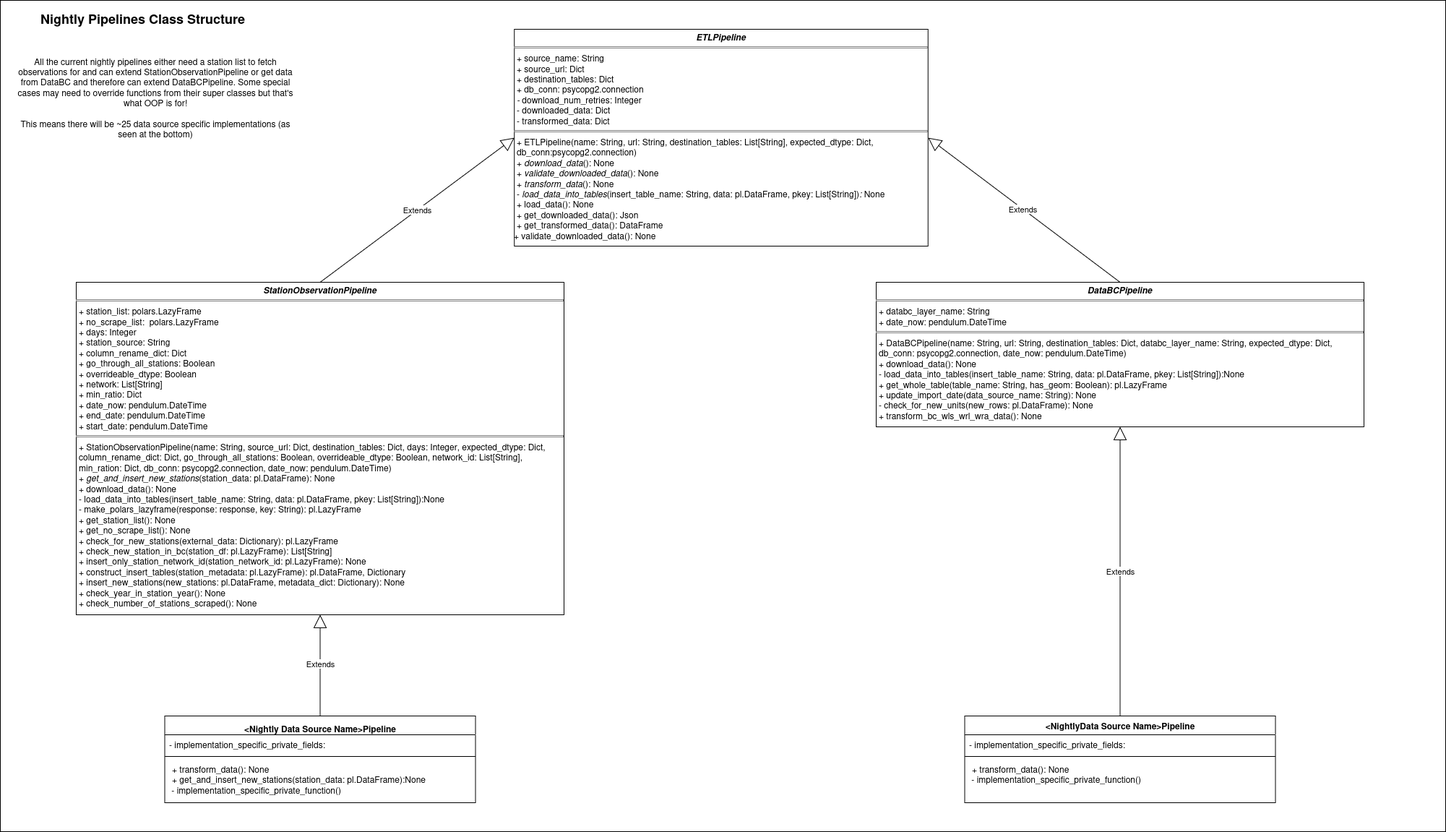
bcgov/nr-bcwat keeps this draw.io diagram as airflow/etl_pipelines/readme_sources/BCWAT_final_UML_diagram.png. Above is the earlier version. Source tidied: cells renumbered, new cells last; positions are measured from the earlier drawing's top-left corner, leaving out a move shared by most shapes.
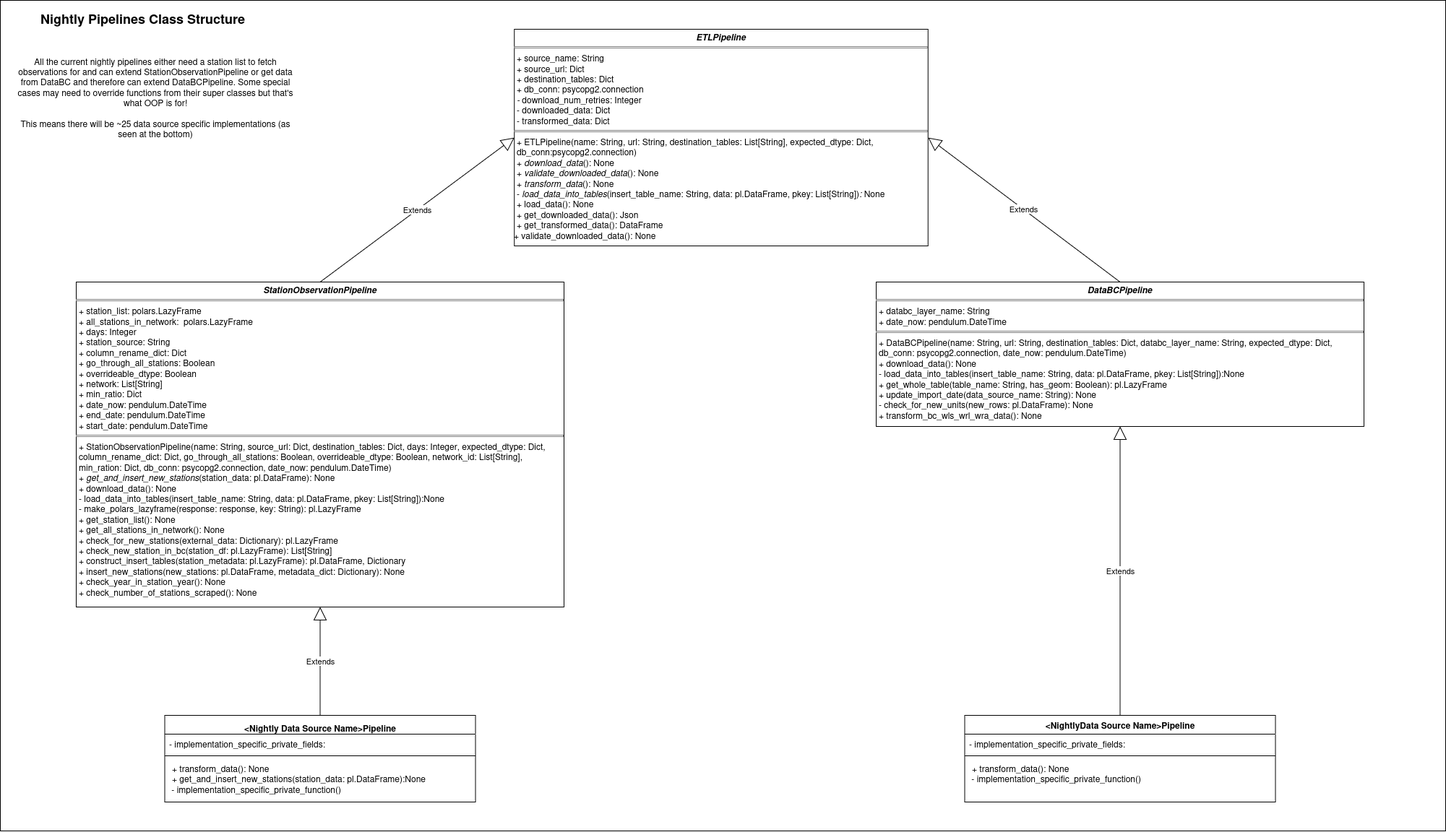
The same file after the commit.

Diff of the diagram source:
```diff
@@ -50,8 +50,8 @@
     <mxCell id="17" value="&lt;div&gt;All the current nightly pipelines either need a station list to fetch observations for and can extend StationObservationPipeline or get data from DataBC and therefore can extend DataBCPipeline. Some special cases may need to override functions from their super classes but that's what OOP is for!&lt;/div&gt;&lt;div&gt;&lt;br&gt;&lt;/div&gt;&lt;div&gt;This means there will be ~25 data source specific implementations (as seen at the bottom)&lt;/div&gt;" style="text;html=1;align=center;verticalAlign=middle;whiteSpace=wrap;rounded=0;" parent="1" vertex="1">
       <mxGeometry x="15" y="55" width="400" height="160" as="geometry" />
     </mxCell>
-    <mxCell id="18" value="&lt;p style=&quot;margin:0px;margin-top:4px;text-align:center;&quot;&gt;&lt;b&gt;&lt;i&gt;StationObservationPipeline&lt;/i&gt;&lt;/b&gt;&lt;/p&gt;&lt;hr size=&quot;1&quot; style=&quot;border-style:solid;&quot;&gt;&lt;p style=&quot;margin:0px;margin-left:4px;&quot;&gt;+ station_list: polars.LazyFrame&lt;/p&gt;&lt;p style=&quot;margin:0px;margin-left:4px;&quot;&gt;+ no_scrape_list:&amp;nbsp; polars.LazyFrame&lt;/p&gt;&lt;p style=&quot;margin:0px;margin-left:4px;&quot;&gt;+ days: Integer&lt;/p&gt;&lt;p style=&quot;margin:0px;margin-left:4px;&quot;&gt;+ station_source: String&lt;/p&gt;&lt;p style=&quot;margin:0px;margin-left:4px;&quot;&gt;+ column_rename_dict: Dict&lt;/p&gt;&lt;p style=&quot;margin:0px;margin-left:4px;&quot;&gt;+ go_through_all_stations: Boolean&lt;/p&gt;&lt;p style=&quot;margin:0px;margin-left:4px;&quot;&gt;+ overrideable_dtype: Boolean&lt;/p&gt;&lt;p style=&quot;margin:0px;margin-left:4px;&quot;&gt;+ network: List[String]&lt;/p&gt;&lt;p style=&quot;margin:0px;margin-left:4px;&quot;&gt;+ min_ratio: Dict&lt;/p&gt;&lt;p style=&quot;margin:0px;margin-left:4px;&quot;&gt;+ date_now: pendulum.DateTime&lt;/p&gt;&lt;p style=&quot;margin:0px;margin-left:4px;&quot;&gt;+ end_date:&amp;nbsp;pendulum.DateTime&lt;/p&gt;&lt;p style=&quot;margin:0px;margin-left:4px;&quot;&gt;+ start_date:&amp;nbsp;pendulum.DateTime&lt;/p&gt;&lt;hr size=&quot;1&quot; style=&quot;border-style:solid;&quot;&gt;&lt;p style=&quot;margin:0px;margin-left:4px;&quot;&gt;+ StationObservationPipeline(name: String, source_url: Dict, destination_tables: Dict, days: Integer, expected_dtype: Dict, column_rename_dict: Dict, go_through_all_stations: Boolean, overrideable_dtype: Boolean, network_id: List[String], min_ration: Dict, db_conn: psycopg2.connection, date_now: pendulum.DateTime)&lt;/p&gt;&lt;p style=&quot;margin:0px;margin-left:4px;&quot;&gt;+&lt;i&gt; get_and_insert_new_stations&lt;/i&gt;(station_data: pl.DataFrame): None&lt;/p&gt;&lt;p style=&quot;margin:0px;margin-left:4px;&quot;&gt;+ download_data(): None&lt;/p&gt;&lt;p style=&quot;margin:0px;margin-left:4px;&quot;&gt;- load_data_into_tables(insert_table_name: String, data: pl.DataFrame, pkey: List[String]):None&lt;/p&gt;&lt;p style=&quot;margin:0px;margin-left:4px;&quot;&gt;- make_polars_lazyframe(response: response, key: String): pl.LazyFrame&lt;/p&gt;&lt;p style=&quot;margin:0px;margin-left:4px;&quot;&gt;+ get_station_list(): None&lt;/p&gt;&lt;p style=&quot;margin:0px;margin-left:4px;&quot;&gt;+ get_no_scrape_list(): None&lt;/p&gt;&lt;p style=&quot;margin:0px;margin-left:4px;&quot;&gt;+ check_for_new_stations(external_data: Dictionary): pl.LazyFrame&lt;/p&gt;&lt;p style=&quot;margin:0px;margin-left:4px;&quot;&gt;+ check_new_station_in_bc(station_df: pl.LazyFrame): List[String]&lt;/p&gt;&lt;p style=&quot;margin:0px;margin-left:4px;&quot;&gt;+ insert_only_station_network_id(station_network_id: pl.LazyFrame): None&lt;/p&gt;&lt;p style=&quot;margin:0px;margin-left:4px;&quot;&gt;+ construct_insert_tables(station_metadata: pl.LazyFrame): pl.DataFrame, Dictionary&lt;/p&gt;&lt;p style=&quot;margin:0px;margin-left:4px;&quot;&gt;+ insert_new_stations(new_stations: pl.DataFrame, metadata_dict: Dictionary): None&lt;/p&gt;&lt;p style=&quot;margin:0px;margin-left:4px;&quot;&gt;+ check_year_in_station_year(): None&lt;/p&gt;&lt;p style=&quot;margin:0px;margin-left:4px;&quot;&gt;+ check_number_of_stations_scraped(): None&lt;/p&gt;&lt;p style=&quot;margin:0px;margin-left:4px;&quot;&gt;&lt;br&gt;&lt;/p&gt;" style="verticalAlign=top;align=left;overflow=fill;html=1;whiteSpace=wrap;" parent="1" vertex="1">
-      <mxGeometry x="105" y="390" width="675" height="460" as="geometry" />
+    <mxCell id="18" value="&lt;p style=&quot;margin:0px;margin-top:4px;text-align:center;&quot;&gt;&lt;b&gt;&lt;i&gt;StationObservationPipeline&lt;/i&gt;&lt;/b&gt;&lt;/p&gt;&lt;hr size=&quot;1&quot; style=&quot;border-style:solid;&quot;&gt;&lt;p style=&quot;margin:0px;margin-left:4px;&quot;&gt;+ station_list: polars.LazyFrame&lt;/p&gt;&lt;p style=&quot;margin:0px;margin-left:4px;&quot;&gt;+ all_stations_in_network:&amp;nbsp; polars.LazyFrame&lt;/p&gt;&lt;p style=&quot;margin:0px;margin-left:4px;&quot;&gt;+ days: Integer&lt;/p&gt;&lt;p style=&quot;margin:0px;margin-left:4px;&quot;&gt;+ station_source: String&lt;/p&gt;&lt;p style=&quot;margin:0px;margin-left:4px;&quot;&gt;+ column_rename_dict: Dict&lt;/p&gt;&lt;p style=&quot;margin:0px;margin-left:4px;&quot;&gt;+ go_through_all_stations: Boolean&lt;/p&gt;&lt;p style=&quot;margin:0px;margin-left:4px;&quot;&gt;+ overrideable_dtype: Boolean&lt;/p&gt;&lt;p style=&quot;margin:0px;margin-left:4px;&quot;&gt;+ network: List[String]&lt;/p&gt;&lt;p style=&quot;margin:0px;margin-left:4px;&quot;&gt;+ min_ratio: Dict&lt;/p&gt;&lt;p style=&quot;margin:0px;margin-left:4px;&quot;&gt;+ date_now: pendulum.DateTime&lt;/p&gt;&lt;p style=&quot;margin:0px;margin-left:4px;&quot;&gt;+ end_date:&amp;nbsp;pendulum.DateTime&lt;/p&gt;&lt;p style=&quot;margin:0px;margin-left:4px;&quot;&gt;+ start_date:&amp;nbsp;pendulum.DateTime&lt;/p&gt;&lt;hr size=&quot;1&quot; style=&quot;border-style:solid;&quot;&gt;&lt;p style=&quot;margin:0px;margin-left:4px;&quot;&gt;+ StationObservationPipeline(name: String, source_url: Dict, destination_tables: Dict, days: Integer, expected_dtype: Dict, column_rename_dict: Dict, go_through_all_stations: Boolean, overrideable_dtype: Boolean, network_id: List[String], min_ration: Dict, db_conn: psycopg2.connection, date_now: pendulum.DateTime)&lt;/p&gt;&lt;p style=&quot;margin:0px;margin-left:4px;&quot;&gt;+&lt;i&gt; get_and_insert_new_stations&lt;/i&gt;(station_data: pl.DataFrame): None&lt;/p&gt;&lt;p style=&quot;margin:0px;margin-left:4px;&quot;&gt;+ download_data(): None&lt;/p&gt;&lt;p style=&quot;margin:0px;margin-left:4px;&quot;&gt;- load_data_into_tables(insert_table_name: String, data: pl.DataFrame, pkey: List[String]):None&lt;/p&gt;&lt;p style=&quot;margin:0px;margin-left:4px;&quot;&gt;- make_polars_lazyframe(response: response, key: String): pl.LazyFrame&lt;/p&gt;&lt;p style=&quot;margin:0px;margin-left:4px;&quot;&gt;+ get_station_list(): None&lt;/p&gt;&lt;p style=&quot;margin:0px;margin-left:4px;&quot;&gt;+ get_all_stations_in_network(): None&lt;/p&gt;&lt;p style=&quot;margin:0px;margin-left:4px;&quot;&gt;+ check_for_new_stations(external_data: Dictionary): pl.LazyFrame&lt;/p&gt;&lt;p style=&quot;margin:0px;margin-left:4px;&quot;&gt;+ check_new_station_in_bc(station_df: pl.LazyFrame): List[String]&lt;/p&gt;&lt;p style=&quot;margin:0px;margin-left:4px;&quot;&gt;+ construct_insert_tables(station_metadata: pl.LazyFrame): pl.DataFrame, Dictionary&lt;/p&gt;&lt;p style=&quot;margin:0px;margin-left:4px;&quot;&gt;+ insert_new_stations(new_stations: pl.DataFrame, metadata_dict: Dictionary): None&lt;/p&gt;&lt;p style=&quot;margin:0px;margin-left:4px;&quot;&gt;+ check_year_in_station_year(): None&lt;/p&gt;&lt;p style=&quot;margin:0px;margin-left:4px;&quot;&gt;+ check_number_of_stations_scraped(): None&lt;/p&gt;&lt;p style=&quot;margin:0px;margin-left:4px;&quot;&gt;&lt;br&gt;&lt;/p&gt;" style="verticalAlign=top;align=left;overflow=fill;html=1;whiteSpace=wrap;" parent="1" vertex="1">
+      <mxGeometry x="105" y="390" width="675" height="450" as="geometry" />
     </mxCell>
     <mxCell id="19" value="Extends" style="endArrow=block;endSize=16;endFill=0;html=1;rounded=0;entryX=0;entryY=0.5;entryDx=0;entryDy=0;exitX=0.5;exitY=0;exitDx=0;exitDy=0;" parent="1" edge="1" source="18" target="3">
       <mxGeometry relative="1" as="geometry" />
```
